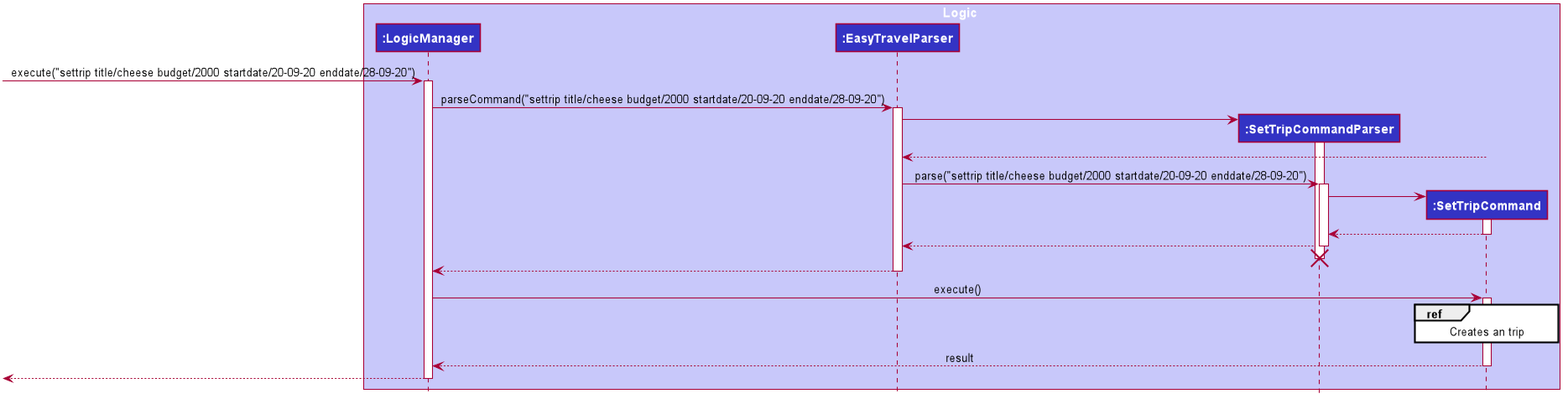
Before: docs/images/developer-guide/trip/SetTripCommandCreation.png, a diagram exported from PlantUML (zenatrick/main). Its diagram source:
```plantuml
@startuml








skinparam BackgroundColor #FFFFFFF

skinparam Shadowing false

skinparam Class {
    FontColor #FFFFFF
    BorderThickness 1
    BorderColor #FFFFFF
    StereotypeFontColor #FFFFFF
    FontName Arial
}

skinparam Actor {
    BorderColor #000000
    Color #000000
    FontName Arial
}

skinparam Sequence {
    MessageAlign center
    BoxFontSize 15
    BoxPadding 0
    BoxFontColor #FFFFFF
    FontName Arial
}

skinparam Participant {
    FontColor #FFFFFFF
    Padding 20
}

skinparam MinClassWidth 50
skinparam ParticipantPadding 10
skinparam Shadowing false
skinparam DefaultTextAlignment center
skinparam packageStyle Rectangle

hide footbox
hide members
hide circle

box Logic #C8C8FA
participant "**:LogicManager**" as LogicManager #3333C4
participant "**:EasyTravelParser**" as EtParser #3333C4
participant "**:SetTripCommandParser**" as SetTripCommandParser #3333C4
participant "**:SetTripCommand**" as SetTripCommand #3333C4
end box

[-> LogicManager : execute("settrip title/cheese budget/2000 startdate/20-09-20 enddate/28-09-20")
activate LogicManager

LogicManager -> EtParser : parseCommand("settrip title/cheese budget/2000 startdate/20-09-20 enddate/28-09-20")
activate EtParser

create SetTripCommandParser
EtParser -> SetTripCommandParser
activate SetTripCommandParser

SetTripCommand --> EtParser
deactivate SetTripCommand

EtParser -> SetTripCommandParser : parse("settrip title/cheese budget/2000 startdate/20-09-20 enddate/28-09-20")
activate SetTripCommandParser

create SetTripCommand
SetTripCommandParser -> SetTripCommand
activate SetTripCommand

SetTripCommand --> SetTripCommandParser
deactivate SetTripCommand

SetTripCommandParser --> EtParser
deactivate SetTripCommandParser

SetTripCommandParser -[hidden]-> EtParser
destroy SetTripCommandParser

EtParser --> LogicManager
deactivate EtParser

LogicManager -> SetTripCommand : execute()
activate SetTripCommand

ref over SetTripCommand : Creates an trip

SetTripCommand --> LogicManager : result
deactivate SetTripCommand

[<--LogicManager
deactivate LogicManager
@enduml
```
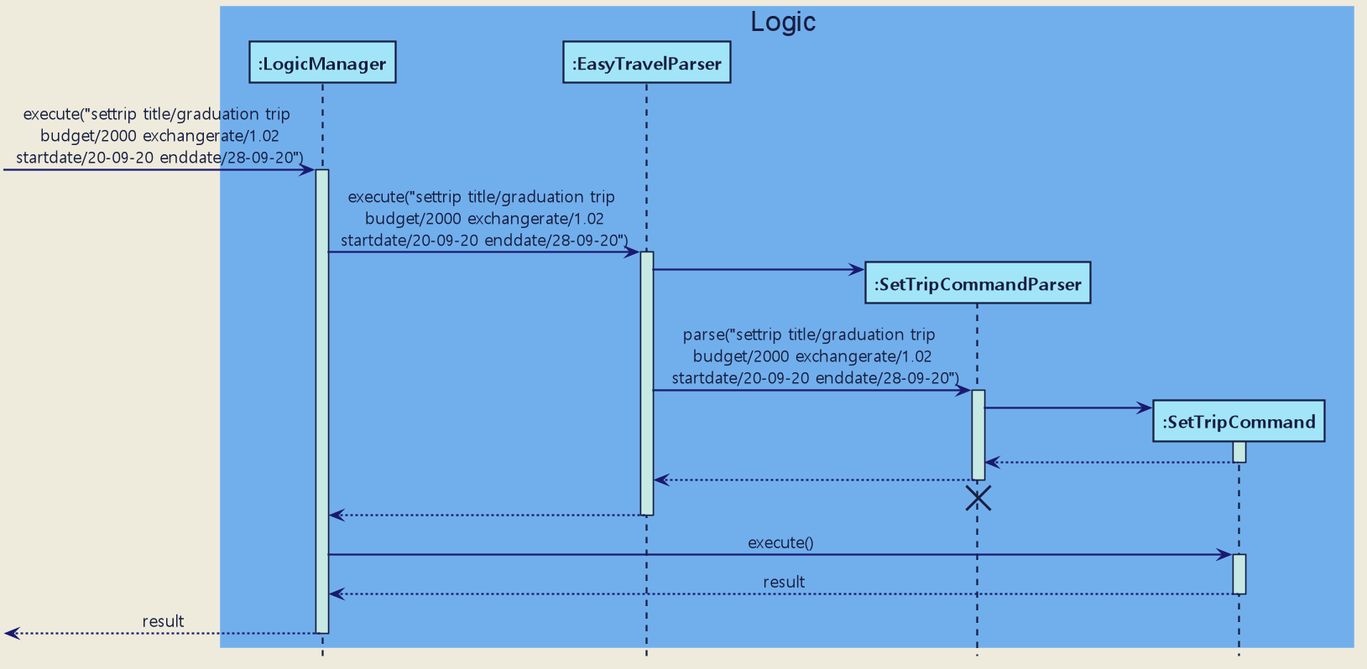
Above is the later version.

The edit, as a diff of the source:
```diff
@@ -7,15 +7,60 @@
 
 
 
-skinparam BackgroundColor #FFFFFFF
 
+skinparam BackgroundColor #EEEBDC
 skinparam Shadowing false
+skinparam MinClassWidth 50
+skinparam PackageStyle Rectangle
+
+skinparam Default {
+    FontColor #171D40
+    FontName Malgun Gothic
+    TextAlignment center
+}
+
+skinparam Participant {
+    Padding 10
+    BorderColor #171D40
+}
+
+skinparam Title {
+    FontColor #171D40
+    FontName Arial
+    FontSize 22
+}
+
+skinparam Arrow {
+    Thickness 1.5
+    Color MidNightBlue
+}
+
+skinparam Note {
+    BackgroundColor #C6EAE3
+    FontColor MidNightBlue
+    BorderColor MidNightBlue
+    BorderThickness 2
+}
 
 skinparam Class {
-    FontColor #FFFFFF
     BorderThickness 1
-    BorderColor #FFFFFF
-    StereotypeFontColor #FFFFFF
+    BorderColor #171D40
+    BackgroundColor MediumAquaMarine
+    AttributeFontColor MidNightBlue
+    AttributeIconSize 0
+    StereotypeFontColor #171D40
+    StereotypeFontStyle normal
+    FontName Arial
+}
+
+skinparam Object {
+    BorderThickness 2
+    BorderColor #171D40
+    BackgroundColor #C6EAE3
+    AttributeFontColor MidNightBlue
+    AttributeIconSize 0
+    StereotypeFontColor #171D40
+    StereotypeFontStyle normal
     FontName Arial
 }
 
@@ -26,49 +71,59 @@
 }
 
 skinparam Sequence {
-    MessageAlign center
-    BoxFontSize 15
+    LifeLineBackgroundColor #C6EAE3
+    LifeLineBorderColor #171D40
+    LifeLineBorderThickness 1.5
+    MessageAlignment center
+    SequenceParticipantBorderThickness 10
+    ReferenceBackgroundColor #C6EAE3
+    ReferenceBorderColor #171D40
+    TitleFontColor #171D40
+    StereotypeFontStyle normal
+    BoxFontSize 22
+    BoxFontName Arial
+    BoxFontStyle normal
     BoxPadding 0
-    BoxFontColor #FFFFFF
-    FontName Arial
+    BoxBorderColor #EEEBDC
 }
 
 skinparam Participant {
-    FontColor #FFFFFFF
     Padding 20
 }
 
-skinparam MinClassWidth 50
-skinparam ParticipantPadding 10
-skinparam Shadowing false
-skinparam DefaultTextAlignment center
-skinparam packageStyle Rectangle
+skinparam Activity {
+    StartColor #171D40
+    EndColor #171D40
+    BorderThickness 1.5
+    BorderColor #171D40
+    BackgroundColor MediumAquaMarine
+    DiamondBackgroundColor MediumAquaMarine
+    DiamondBorderColor #171D40
+}
 
 hide footbox
-hide members
 hide circle
 
-box Logic #C8C8FA
-participant "**:LogicManager**" as LogicManager #3333C4
-participant "**:EasyTravelParser**" as EtParser #3333C4
-participant "**:SetTripCommandParser**" as SetTripCommandParser #3333C4
-participant "**:SetTripCommand**" as SetTripCommand #3333C4
+box Logic #71AFEC
+participant "**:LogicManager**" as LogicManager #A2E5F9
+participant "**:EasyTravelParser**" as EtParser #A2E5F9
+participant "**:SetTripCommandParser**" as SetTripCommandParser #A2E5F9
+participant "**:SetTripCommand**" as SetTripCommand #A2E5F9
 end box
 
-[-> LogicManager : execute("settrip title/cheese budget/2000 startdate/20-09-20 enddate/28-09-20")
+[-> LogicManager : execute("settrip title/graduation trip \n budget/2000 exchangerate/1.02 \nstartdate/20-09-20 enddate/28-09-20")
 activate LogicManager
 
-LogicManager -> EtParser : parseCommand("settrip title/cheese budget/2000 startdate/20-09-20 enddate/28-09-20")
+LogicManager-> EtParser : execute("settrip title/graduation trip \n budget/2000 exchangerate/1.02 \nstartdate/20-09-20 enddate/28-09-20")
 activate EtParser
 
 create SetTripCommandParser
+
 EtParser -> SetTripCommandParser
-activate SetTripCommandParser
 
-SetTripCommand --> EtParser
 deactivate SetTripCommand
 
-EtParser -> SetTripCommandParser : parse("settrip title/cheese budget/2000 startdate/20-09-20 enddate/28-09-20")
+EtParser -> SetTripCommandParser : parse("settrip title/graduation trip \n budget/2000 exchangerate/1.02 \n startdate/20-09-20 enddate/28-09-20")
 activate SetTripCommandParser
 
 create SetTripCommand
@@ -90,11 +145,9 @@
 LogicManager -> SetTripCommand : execute()
 activate SetTripCommand
 
-ref over SetTripCommand : Creates an trip
-
 SetTripCommand --> LogicManager : result
 deactivate SetTripCommand
 
-[<--LogicManager
+[<--LogicManager : result
 deactivate LogicManager
 @enduml
```
